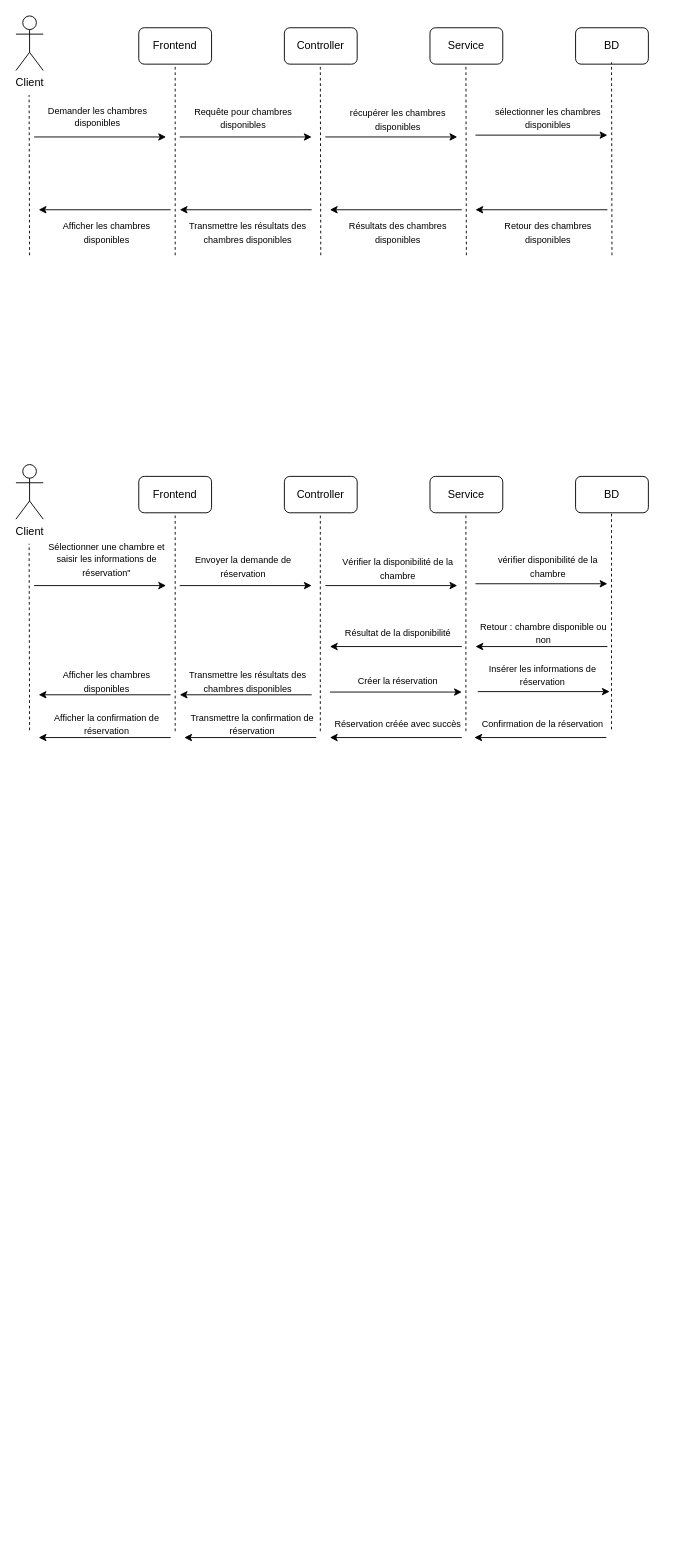
The draw.io diagram Diagramme sans nom.drawio in Zakariae-zemat/Error-management, before the edit. Source tidied: cells renumbered, new cells numbered last; positions are measured from the earlier drawing's top-left corner, leaving out a move shared by most shapes. Both pictures are drawn from the tidied source at 91%, with x=0, y=0 at pixel (15, 15).
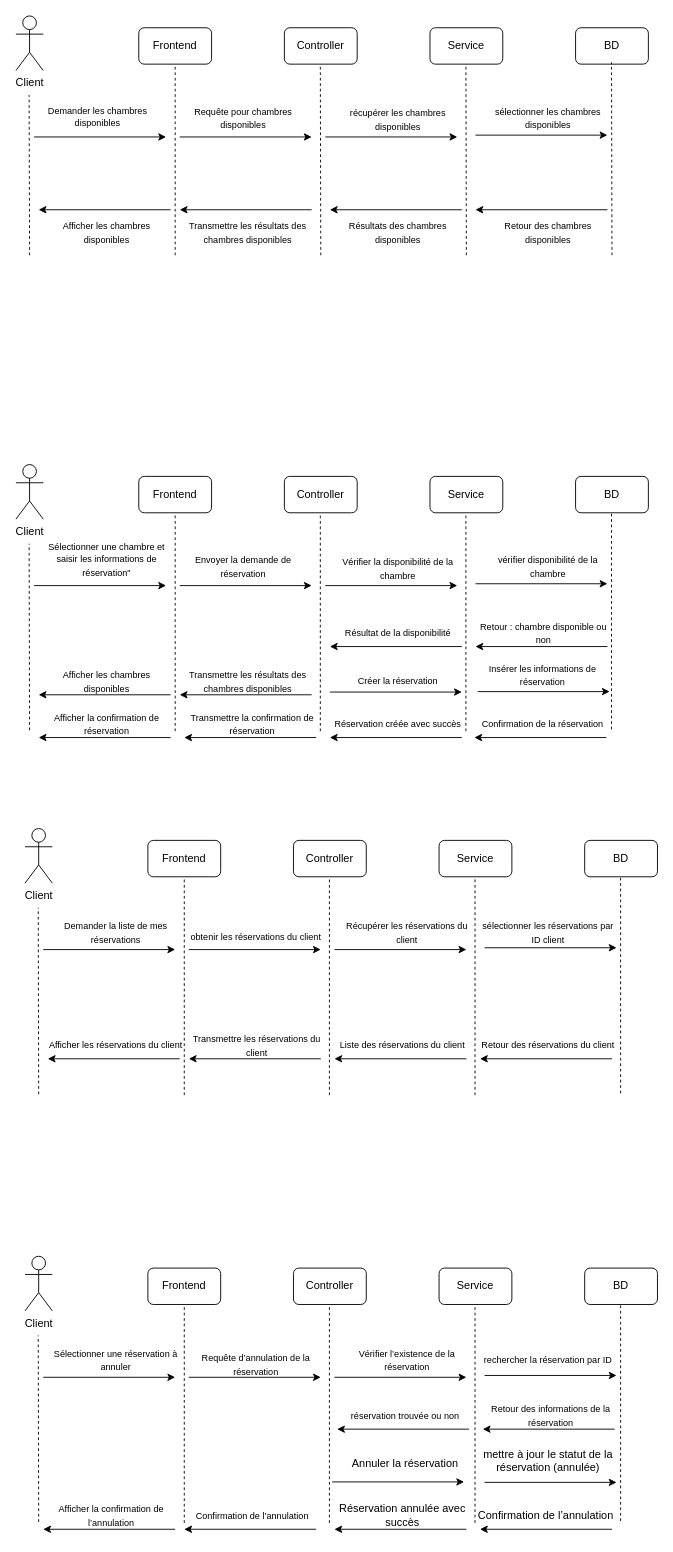
The same diagram, later.

Commit message (it also covers changes not shown here):
Mettre à jour Diagramme sans nom.drawio

What changed in the source:
```diff
@@
+    <mxCell id="66" value="Client" style="shape=umlActor;verticalLabelPosition=bottom;verticalAlign=top;html=1;" parent="1" vertex="1">
+      <mxGeometry x="10" y="893" width="30" height="60" as="geometry" />
+    </mxCell>
+    <mxCell id="67" value="Frontend" style="rounded=1;whiteSpace=wrap;html=1;" parent="1" vertex="1">
+      <mxGeometry x="145" y="906" width="80" height="40" as="geometry" />
+    </mxCell>
+    <mxCell id="68" value="BD" style="rounded=1;whiteSpace=wrap;html=1;" parent="1" vertex="1">
+      <mxGeometry x="625" y="906" width="80" height="40" as="geometry" />
+    </mxCell>
+    <mxCell id="69" value="Service" style="rounded=1;whiteSpace=wrap;html=1;" parent="1" vertex="1">
+      <mxGeometry x="465" y="906" width="80" height="40" as="geometry" />
+    </mxCell>
+    <mxCell id="70" value="Controller" style="rounded=1;whiteSpace=wrap;html=1;" parent="1" vertex="1">
+      <mxGeometry x="305" y="906" width="80" height="40" as="geometry" />
+    </mxCell>
+    <mxCell id="71" style="endArrow=none;dashed=1;html=1;rounded=0;entryX=0.5;entryY=1;entryDx=0;entryDy=0;" parent="1" edge="1" target="67">
+      <mxGeometry relative="1" as="geometry">
+        <mxPoint x="185" y="1186" as="sourcePoint" />
+      </mxGeometry>
+    </mxCell>
+    <mxCell id="72" style="endArrow=none;dashed=1;html=1;rounded=0;entryX=0.5;entryY=1;entryDx=0;entryDy=0;" parent="1" edge="1">
+      <mxGeometry relative="1" as="geometry">
+        <mxPoint x="344.5" y="1186" as="sourcePoint" />
+        <mxPoint x="344.5" y="946" as="targetPoint" />
+      </mxGeometry>
+    </mxCell>
+    <mxCell id="73" style="endArrow=none;dashed=1;html=1;rounded=0;entryX=0.5;entryY=1;entryDx=0;entryDy=0;" parent="1" edge="1">
+      <mxGeometry relative="1" as="geometry">
+        <mxPoint x="664.5" y="1184" as="sourcePoint" />
+        <mxPoint x="664.5" y="944" as="targetPoint" />
+      </mxGeometry>
+    </mxCell>
+    <mxCell id="74" style="endArrow=none;dashed=1;html=1;rounded=0;entryX=0.5;entryY=1;entryDx=0;entryDy=0;" parent="1" edge="1">
+      <mxGeometry relative="1" as="geometry">
+        <mxPoint x="504.5" y="1186" as="sourcePoint" />
+        <mxPoint x="504.5" y="946" as="targetPoint" />
+      </mxGeometry>
+    </mxCell>
+    <mxCell id="75" style="endArrow=none;dashed=1;html=1;rounded=0;entryX=0.5;entryY=1;entryDx=0;entryDy=0;" parent="1" edge="1">
+      <mxGeometry relative="1" as="geometry">
+        <mxPoint x="25" y="1185" as="sourcePoint" />
+        <mxPoint x="24.5" y="980" as="targetPoint" />
+      </mxGeometry>
+    </mxCell>
+    <mxCell id="76" style="endArrow=classic;html=1;rounded=0;" parent="1" edge="1">
+      <mxGeometry relative="1" as="geometry">
+        <mxPoint x="30" y="1026" as="sourcePoint" />
+        <mxPoint x="175" y="1026" as="targetPoint" />
+      </mxGeometry>
+    </mxCell>
+    <mxCell id="77" value="&lt;div&gt;&lt;font style=&quot;font-size: 10px;&quot;&gt;Demander la liste de mes réservations&lt;/font&gt;&lt;br&gt;&lt;/div&gt;" style="text;html=1;align=center;verticalAlign=middle;whiteSpace=wrap;rounded=0;" parent="1" vertex="1">
+      <mxGeometry x="25" y="1002" width="170" height="10" as="geometry" />
+    </mxCell>
+    <mxCell id="78" style="endArrow=classic;html=1;rounded=0;" parent="1" edge="1">
+      <mxGeometry relative="1" as="geometry">
+        <mxPoint x="190" y="1026" as="sourcePoint" />
+        <mxPoint x="335" y="1026" as="targetPoint" />
+      </mxGeometry>
+    </mxCell>
+    <mxCell id="79" value="&lt;div&gt;&lt;font style=&quot;font-size: 10px;&quot;&gt;obtenir les réservations du client&lt;/font&gt;&lt;br&gt;&lt;/div&gt;" style="text;html=1;align=center;verticalAlign=middle;whiteSpace=wrap;rounded=0;" parent="1" vertex="1">
+      <mxGeometry x="189" y="1007" width="150" height="10" as="geometry" />
+    </mxCell>
+    <mxCell id="80" style="endArrow=classic;html=1;rounded=0;" parent="1" edge="1">
+      <mxGeometry relative="1" as="geometry">
+        <mxPoint x="350" y="1026" as="sourcePoint" />
+        <mxPoint x="495" y="1026" as="targetPoint" />
+      </mxGeometry>
+    </mxCell>
+    <mxCell id="81" value="&lt;div&gt;&lt;font style=&quot;font-size: 10px;&quot;&gt;Récupérer les réservations du client&lt;/font&gt;&lt;br&gt;&lt;/div&gt;" style="text;html=1;align=center;verticalAlign=middle;whiteSpace=wrap;rounded=0;" parent="1" vertex="1">
+      <mxGeometry x="355" y="1002" width="150" height="10" as="geometry" />
+    </mxCell>
+    <mxCell id="82" style="endArrow=classic;html=1;rounded=0;" parent="1" edge="1">
+      <mxGeometry relative="1" as="geometry">
+        <mxPoint x="515" y="1024" as="sourcePoint" />
+        <mxPoint x="660" y="1024" as="targetPoint" />
+      </mxGeometry>
+    </mxCell>
+    <mxCell id="83" value="&lt;div&gt;&lt;font style=&quot;font-size: 10px;&quot;&gt;sélectionner les réservations par ID client&lt;/font&gt;&lt;br&gt;&lt;/div&gt;" style="text;html=1;align=center;verticalAlign=middle;whiteSpace=wrap;rounded=0;" parent="1" vertex="1">
+      <mxGeometry x="510" y="1002" width="150" height="10" as="geometry" />
+    </mxCell>
+    <mxCell id="84" style="endArrow=classic;html=1;rounded=0;" parent="1" edge="1">
+      <mxGeometry relative="1" as="geometry">
+        <mxPoint x="655" y="1146" as="sourcePoint" />
+        <mxPoint x="510" y="1146" as="targetPoint" />
+      </mxGeometry>
+    </mxCell>
+    <mxCell id="85" value="&lt;div&gt;&lt;font style=&quot;font-size: 10px;&quot;&gt;Retour des réservations du client&lt;/font&gt;&lt;br&gt;&lt;/div&gt;" style="text;html=1;align=center;verticalAlign=middle;whiteSpace=wrap;rounded=0;" parent="1" vertex="1">
+      <mxGeometry x="510" y="1126" width="150" height="10" as="geometry" />
+    </mxCell>
+    <mxCell id="86" style="endArrow=classic;html=1;rounded=0;" parent="1" edge="1">
+      <mxGeometry relative="1" as="geometry">
+        <mxPoint x="495" y="1146" as="sourcePoint" />
+        <mxPoint x="350" y="1146" as="targetPoint" />
+      </mxGeometry>
+    </mxCell>
+    <mxCell id="87" value="&lt;div&gt;&lt;font style=&quot;font-size: 10px;&quot;&gt;Liste des réservations du client&lt;/font&gt;&lt;br&gt;&lt;/div&gt;" style="text;html=1;align=center;verticalAlign=middle;whiteSpace=wrap;rounded=0;" parent="1" vertex="1">
+      <mxGeometry x="350" y="1126" width="150" height="10" as="geometry" />
+    </mxCell>
+    <mxCell id="88" style="endArrow=classic;html=1;rounded=0;" parent="1" edge="1">
+      <mxGeometry relative="1" as="geometry">
+        <mxPoint x="335" y="1146" as="sourcePoint" />
+        <mxPoint x="190" y="1146" as="targetPoint" />
+      </mxGeometry>
+    </mxCell>
+    <mxCell id="89" value="&lt;div&gt;&lt;font style=&quot;font-size: 10px;&quot;&gt;Transmettre les réservations du client&lt;/font&gt;&lt;br&gt;&lt;/div&gt;" style="text;html=1;align=center;verticalAlign=middle;whiteSpace=wrap;rounded=0;" parent="1" vertex="1">
+      <mxGeometry x="190" y="1126" width="150" height="10" as="geometry" />
+    </mxCell>
+    <mxCell id="90" style="endArrow=classic;html=1;rounded=0;" parent="1" edge="1">
+      <mxGeometry relative="1" as="geometry">
+        <mxPoint x="180" y="1146" as="sourcePoint" />
+        <mxPoint x="35" y="1146" as="targetPoint" />
+      </mxGeometry>
+    </mxCell>
+    <mxCell id="91" value="&lt;div&gt;&lt;font style=&quot;font-size: 10px;&quot;&gt;Afficher les réservations du client&lt;/font&gt;&lt;br&gt;&lt;/div&gt;" style="text;html=1;align=center;verticalAlign=middle;whiteSpace=wrap;rounded=0;" parent="1" vertex="1">
+      <mxGeometry x="35" y="1126" width="150" height="10" as="geometry" />
+    </mxCell>
+    <mxCell id="92" value="Client" style="shape=umlActor;verticalLabelPosition=bottom;verticalAlign=top;html=1;" parent="1" vertex="1">
+      <mxGeometry x="10" y="1363" width="30" height="60" as="geometry" />
+    </mxCell>
+    <mxCell id="93" value="Frontend" style="rounded=1;whiteSpace=wrap;html=1;" parent="1" vertex="1">
+      <mxGeometry x="145" y="1376" width="80" height="40" as="geometry" />
+    </mxCell>
+    <mxCell id="94" value="BD" style="rounded=1;whiteSpace=wrap;html=1;" parent="1" vertex="1">
+      <mxGeometry x="625" y="1376" width="80" height="40" as="geometry" />
+    </mxCell>
+    <mxCell id="95" value="Service" style="rounded=1;whiteSpace=wrap;html=1;" parent="1" vertex="1">
+      <mxGeometry x="465" y="1376" width="80" height="40" as="geometry" />
+    </mxCell>
+    <mxCell id="96" value="Controller" style="rounded=1;whiteSpace=wrap;html=1;" parent="1" vertex="1">
+      <mxGeometry x="305" y="1376" width="80" height="40" as="geometry" />
+    </mxCell>
+    <mxCell id="97" style="endArrow=none;dashed=1;html=1;rounded=0;entryX=0.5;entryY=1;entryDx=0;entryDy=0;" parent="1" edge="1" target="93">
+      <mxGeometry relative="1" as="geometry">
+        <mxPoint x="185" y="1656" as="sourcePoint" />
+      </mxGeometry>
+    </mxCell>
+    <mxCell id="98" style="endArrow=none;dashed=1;html=1;rounded=0;entryX=0.5;entryY=1;entryDx=0;entryDy=0;" parent="1" edge="1">
+      <mxGeometry relative="1" as="geometry">
+        <mxPoint x="344.5" y="1656" as="sourcePoint" />
+        <mxPoint x="344.5" y="1416" as="targetPoint" />
+      </mxGeometry>
+    </mxCell>
+    <mxCell id="99" style="endArrow=none;dashed=1;html=1;rounded=0;entryX=0.5;entryY=1;entryDx=0;entryDy=0;" parent="1" edge="1">
+      <mxGeometry relative="1" as="geometry">
+        <mxPoint x="664.5" y="1654" as="sourcePoint" />
+        <mxPoint x="664.5" y="1414" as="targetPoint" />
+      </mxGeometry>
+    </mxCell>
+    <mxCell id="100" style="endArrow=none;dashed=1;html=1;rounded=0;entryX=0.5;entryY=1;entryDx=0;entryDy=0;" parent="1" edge="1">
+      <mxGeometry relative="1" as="geometry">
+        <mxPoint x="504.5" y="1656" as="sourcePoint" />
+        <mxPoint x="504.5" y="1416" as="targetPoint" />
+      </mxGeometry>
+    </mxCell>
+    <mxCell id="101" style="endArrow=none;dashed=1;html=1;rounded=0;entryX=0.5;entryY=1;entryDx=0;entryDy=0;" parent="1" edge="1">
+      <mxGeometry relative="1" as="geometry">
+        <mxPoint x="25" y="1655" as="sourcePoint" />
+        <mxPoint x="24.5" y="1450" as="targetPoint" />
+      </mxGeometry>
+    </mxCell>
+    <mxCell id="102" style="endArrow=classic;html=1;rounded=0;" parent="1" edge="1">
+      <mxGeometry relative="1" as="geometry">
+        <mxPoint x="30" y="1496" as="sourcePoint" />
+        <mxPoint x="175" y="1496" as="targetPoint" />
+      </mxGeometry>
+    </mxCell>
+    <mxCell id="103" value="&lt;div&gt;&lt;font style=&quot;font-size: 10px;&quot;&gt;Sélectionner une réservation à annuler&lt;/font&gt;&lt;br&gt;&lt;/div&gt;" style="text;html=1;align=center;verticalAlign=middle;whiteSpace=wrap;rounded=0;" parent="1" vertex="1">
+      <mxGeometry x="25" y="1472" width="170" height="10" as="geometry" />
+    </mxCell>
+    <mxCell id="104" style="endArrow=classic;html=1;rounded=0;" parent="1" edge="1">
+      <mxGeometry relative="1" as="geometry">
+        <mxPoint x="190" y="1496" as="sourcePoint" />
+        <mxPoint x="335" y="1496" as="targetPoint" />
+      </mxGeometry>
+    </mxCell>
+    <mxCell id="105" value="&lt;div&gt;&lt;font style=&quot;font-size: 10px;&quot;&gt;Requête d’annulation de la réservation&lt;/font&gt;&lt;br&gt;&lt;/div&gt;" style="text;html=1;align=center;verticalAlign=middle;whiteSpace=wrap;rounded=0;" parent="1" vertex="1">
+      <mxGeometry x="189" y="1477" width="150" height="10" as="geometry" />
+    </mxCell>
+    <mxCell id="106" style="endArrow=classic;html=1;rounded=0;" parent="1" edge="1">
+      <mxGeometry relative="1" as="geometry">
+        <mxPoint x="350" y="1496" as="sourcePoint" />
+        <mxPoint x="495" y="1496" as="targetPoint" />
+      </mxGeometry>
+    </mxCell>
+    <mxCell id="107" value="&lt;div&gt;&lt;font style=&quot;font-size: 10px;&quot;&gt;Vérifier l’existence de la réservation&lt;/font&gt;&lt;br&gt;&lt;/div&gt;" style="text;html=1;align=center;verticalAlign=middle;whiteSpace=wrap;rounded=0;" parent="1" vertex="1">
+      <mxGeometry x="355" y="1472" width="150" height="10" as="geometry" />
+    </mxCell>
+    <mxCell id="108" style="endArrow=classic;html=1;rounded=0;" parent="1" edge="1">
+      <mxGeometry relative="1" as="geometry">
+        <mxPoint x="515" y="1494" as="sourcePoint" />
+        <mxPoint x="660" y="1494" as="targetPoint" />
+      </mxGeometry>
+    </mxCell>
+    <mxCell id="109" value="&lt;div&gt;&lt;font style=&quot;font-size: 10px;&quot;&gt;rechercher la réservation par ID&lt;/font&gt;&lt;br&gt;&lt;/div&gt;" style="text;html=1;align=center;verticalAlign=middle;whiteSpace=wrap;rounded=0;" parent="1" vertex="1">
+      <mxGeometry x="510" y="1472" width="150" height="10" as="geometry" />
+    </mxCell>
+    <mxCell id="110" style="endArrow=classic;html=1;rounded=0;" parent="1" edge="1">
+      <mxGeometry relative="1" as="geometry">
+        <mxPoint x="658" y="1553" as="sourcePoint" />
+        <mxPoint x="513" y="1553" as="targetPoint" />
+      </mxGeometry>
+    </mxCell>
+    <mxCell id="111" value="&lt;div&gt;&lt;font style=&quot;font-size: 10px;&quot;&gt;Retour des informations de la réservation&lt;/font&gt;&lt;br&gt;&lt;/div&gt;" style="text;html=1;align=center;verticalAlign=middle;whiteSpace=wrap;rounded=0;" parent="1" vertex="1">
+      <mxGeometry x="513" y="1533" width="150" height="10" as="geometry" />
+    </mxCell>
+    <mxCell id="112" style="endArrow=classic;html=1;rounded=0;" parent="1" edge="1">
+      <mxGeometry relative="1" as="geometry">
+        <mxPoint x="498" y="1553" as="sourcePoint" />
+        <mxPoint x="353" y="1553" as="targetPoint" />
+      </mxGeometry>
+    </mxCell>
+    <mxCell id="113" value="&lt;div&gt;&lt;font style=&quot;font-size: 10px;&quot;&gt;réservation trouvée ou non&lt;/font&gt;&lt;br&gt;&lt;/div&gt;" style="text;html=1;align=center;verticalAlign=middle;whiteSpace=wrap;rounded=0;" parent="1" vertex="1">
+      <mxGeometry x="353" y="1533" width="150" height="10" as="geometry" />
+    </mxCell>
+    <mxCell id="114" style="endArrow=classic;html=1;rounded=0;" parent="1" edge="1">
+      <mxGeometry relative="1" as="geometry">
+        <mxPoint x="330" y="1663" as="sourcePoint" />
+        <mxPoint x="185" y="1663" as="targetPoint" />
+      </mxGeometry>
+    </mxCell>
+    <mxCell id="115" value="&lt;div&gt;&lt;font style=&quot;font-size: 10px;&quot;&gt;Confirmation de l’annulation&lt;/font&gt;&lt;br&gt;&lt;/div&gt;" style="text;html=1;align=center;verticalAlign=middle;whiteSpace=wrap;rounded=0;" parent="1" vertex="1">
+      <mxGeometry x="185" y="1643" width="150" height="10" as="geometry" />
+    </mxCell>
+    <mxCell id="116" style="endArrow=classic;html=1;rounded=0;" parent="1" edge="1">
+      <mxGeometry relative="1" as="geometry">
+        <mxPoint x="175" y="1663" as="sourcePoint" />
+        <mxPoint x="30" y="1663" as="targetPoint" />
+      </mxGeometry>
+    </mxCell>
+    <mxCell id="117" value="&lt;div&gt;&lt;font style=&quot;font-size: 10px;&quot;&gt;Afficher la confirmation de l’annulation&lt;/font&gt;&lt;br&gt;&lt;/div&gt;" style="text;html=1;align=center;verticalAlign=middle;whiteSpace=wrap;rounded=0;" parent="1" vertex="1">
+      <mxGeometry x="30" y="1643" width="150" height="10" as="geometry" />
+    </mxCell>
+    <mxCell id="118" style="endArrow=classic;html=1;rounded=0;" parent="1" edge="1">
+      <mxGeometry relative="1" as="geometry">
+        <mxPoint x="347.5" y="1611" as="sourcePoint" />
+        <mxPoint x="492.5" y="1611" as="targetPoint" />
+      </mxGeometry>
+    </mxCell>
+    <mxCell id="119" value="&lt;div&gt;&lt;span style=&quot;background-color: initial;&quot;&gt;Annuler la réservation&lt;/span&gt;&lt;br&gt;&lt;/div&gt;" style="text;html=1;align=center;verticalAlign=middle;whiteSpace=wrap;rounded=0;" parent="1" vertex="1">
+      <mxGeometry x="352.5" y="1586" width="150" height="10" as="geometry" />
+    </mxCell>
+    <mxCell id="120" style="endArrow=classic;html=1;rounded=0;" parent="1" edge="1">
+      <mxGeometry relative="1" as="geometry">
+        <mxPoint x="515" y="1611.5" as="sourcePoint" />
+        <mxPoint x="660" y="1611.5" as="targetPoint" />
+      </mxGeometry>
+    </mxCell>
+    <mxCell id="121" value="&#10;mettre à jour le statut de la réservation (annulée)&#10;&#10;" style="text;html=1;align=center;verticalAlign=middle;whiteSpace=wrap;rounded=0;" parent="1" vertex="1">
+      <mxGeometry x="510" y="1589.5" width="150" height="10" as="geometry" />
+    </mxCell>
+    <mxCell id="122" style="endArrow=classic;html=1;rounded=0;" parent="1" edge="1">
+      <mxGeometry relative="1" as="geometry">
+        <mxPoint x="655" y="1663" as="sourcePoint" />
+        <mxPoint x="510" y="1663" as="targetPoint" />
+      </mxGeometry>
+    </mxCell>
+    <mxCell id="123" value="&lt;div&gt;&lt;span style=&quot;background-color: initial;&quot;&gt;Confirmation de l’annulation&lt;/span&gt;&lt;br&gt;&lt;/div&gt;" style="text;html=1;align=center;verticalAlign=middle;whiteSpace=wrap;rounded=0;" parent="1" vertex="1">
+      <mxGeometry x="500" y="1643" width="165" height="10" as="geometry" />
+    </mxCell>
+    <mxCell id="124" style="endArrow=classic;html=1;rounded=0;" parent="1" edge="1">
+      <mxGeometry relative="1" as="geometry">
+        <mxPoint x="495" y="1663" as="sourcePoint" />
+        <mxPoint x="350" y="1663" as="targetPoint" />
+      </mxGeometry>
+    </mxCell>
+    <mxCell id="125" value="&lt;div&gt;Réservation annulée avec succès&lt;br&gt;&lt;/div&gt;" style="text;html=1;align=center;verticalAlign=middle;whiteSpace=wrap;rounded=0;" parent="1" vertex="1">
+      <mxGeometry x="350" y="1643" width="150" height="10" as="geometry" />
+    </mxCell>
```
